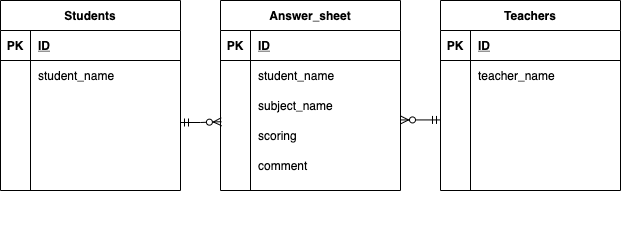
Earlier version of the draw.io export index.drawio.png (ryuuho01/database_test). Source tidied: cells renumbered, new cells last; positions are measured from the earlier drawing's top-left corner, leaving out a move shared by most shapes.
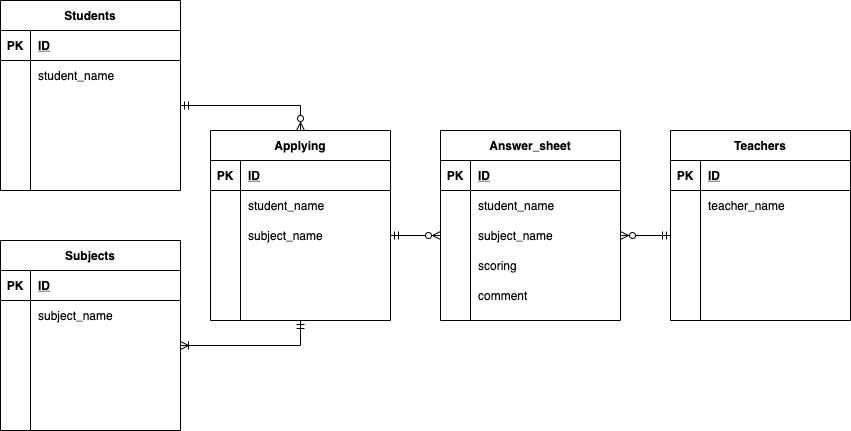
Above is the later version.

Commit message:
演習提出４回目

What changed in the source:
```diff
@@ -2,38 +2,8 @@
   <root>
     <mxCell id="0" />
     <mxCell id="1" parent="0" />
-    <mxCell id="2" value="Students" style="shape=table;startSize=30;rowLines=0;fontStyle=1;align=center;" parent="1" vertex="1">
-      <mxGeometry width="180" height="190" as="geometry" />
-    </mxCell>
-    <mxCell id="3" style="shape=partialRectangle;fillColor=none;top=0;left=0;bottom=1;right=0;" parent="2" vertex="1">
-      <mxGeometry y="30" width="180" height="30" as="geometry" />
-    </mxCell>
-    <mxCell id="4" value="PK" style="shape=partialRectangle;fillColor=none;top=0;left=0;bottom=0;right=0;fontStyle=1;overflow=hidden;" parent="3" vertex="1">
-      <mxGeometry width="30" height="30" as="geometry" />
-    </mxCell>
-    <mxCell id="5" value="ID" style="shape=partialRectangle;fillColor=none;top=0;left=0;bottom=0;right=0;align=left;spacingLeft=6;fontStyle=5;overflow=hidden;" parent="3" vertex="1">
-      <mxGeometry x="30" width="150" height="30" as="geometry" />
-    </mxCell>
-    <mxCell id="6" style="shape=partialRectangle;fillColor=none;top=0;left=0;bottom=0;right=0;" parent="2" vertex="1">
-      <mxGeometry y="60" width="180" height="30" as="geometry" />
-    </mxCell>
-    <mxCell id="7" style="shape=partialRectangle;fillColor=none;top=0;left=0;bottom=0;right=0;overflow=hidden;" parent="6" vertex="1">
-      <mxGeometry width="30" height="30" as="geometry" />
-    </mxCell>
-    <mxCell id="8" style="shape=partialRectangle;fillColor=none;top=0;left=0;bottom=0;right=0;align=left;spacingLeft=6;overflow=hidden;" parent="6" vertex="1">
-      <mxGeometry x="30" width="150" height="30" as="geometry" />
-    </mxCell>
-    <mxCell id="9" style="shape=partialRectangle;fillColor=none;top=0;left=0;bottom=0;right=0;points=[[0,0.5],[1,0.5]];portConstraint=eastwest;" parent="2" vertex="1">
-      <mxGeometry y="90" width="180" height="30" as="geometry" />
-    </mxCell>
-    <mxCell id="10" style="shape=partialRectangle;fillColor=none;top=0;left=0;bottom=0;right=0;overflow=hidden;" parent="9" vertex="1">
-      <mxGeometry width="30" height="30" as="geometry" />
-    </mxCell>
-    <mxCell id="11" style="shape=partialRectangle;fillColor=none;top=0;left=0;bottom=0;right=0;align=left;spacingLeft=6;overflow=hidden;" parent="9" vertex="1">
-      <mxGeometry x="30" width="150" height="30" as="geometry" />
-    </mxCell>
     <mxCell id="12" value="Teachers" style="shape=table;startSize=30;rowLines=0;fontStyle=1;align=center;" parent="1" vertex="1">
-      <mxGeometry x="440" width="180" height="190" as="geometry" />
+      <mxGeometry x="630" y="130" width="180" height="190" as="geometry" />
     </mxCell>
     <mxCell id="13" style="shape=partialRectangle;fillColor=none;top=0;left=0;bottom=1;right=0;" parent="12" vertex="1">
       <mxGeometry y="30" width="180" height="30" as="geometry" />
@@ -71,14 +41,20 @@
     <mxCell id="24" style="shape=partialRectangle;fillColor=none;top=0;left=0;bottom=0;right=0;align=left;spacingLeft=6;overflow=hidden;" parent="22" vertex="1">
       <mxGeometry x="30" width="150" height="20" as="geometry" />
     </mxCell>
-    <mxCell id="25" style="edgeStyle=orthogonalEdgeStyle;rounded=0;orthogonalLoop=1;jettySize=auto;html=1;startArrow=ERzeroToMany;startFill=1;endArrow=ERmandOne;endFill=0;" parent="1" edge="1">
-      <mxGeometry relative="1" as="geometry">
-        <mxPoint x="400" y="119.4" as="sourcePoint" />
-        <mxPoint x="440" y="119.4" as="targetPoint" />
-      </mxGeometry>
-    </mxCell>
+    <mxCell id="43" style="shape=partialRectangle;fillColor=none;top=0;left=0;bottom=0;right=0;direction=south;" parent="1" vertex="1">
+      <mxGeometry x="75" y="45" width="30" height="180" as="geometry" />
+    </mxCell>
+    <mxCell id="44" style="shape=partialRectangle;fillColor=none;top=0;left=0;bottom=0;right=0;overflow=hidden;" parent="43" vertex="1">
+      <mxGeometry width="30" height="30" as="geometry" />
+    </mxCell>
+    <mxCell id="45" style="shape=partialRectangle;fillColor=none;top=0;left=0;bottom=0;right=0;align=left;spacingLeft=6;overflow=hidden;" parent="43" vertex="1">
+      <mxGeometry x="30" width="150" height="30" as="geometry" />
+    </mxCell>
+    <mxCell id="49" style="group;" parent="1" vertex="1">
+      <mxGeometry x="400" y="130" width="180" height="190" as="geometry" />
+    </mxCell>
-    <mxCell id="26" value="Answer_sheet" style="shape=table;startSize=30;rowLines=0;fontStyle=1;align=center;" parent="1" vertex="1">
-      <mxGeometry x="220" width="180" height="190" as="geometry" />
+    <mxCell id="26" value="Answer_sheet" style="shape=table;startSize=30;rowLines=0;fontStyle=1;align=center;" parent="49" vertex="1">
+      <mxGeometry width="180" height="190" as="geometry" />
     </mxCell>
     <mxCell id="27" style="shape=partialRectangle;fillColor=none;top=0;left=0;bottom=1;right=0;" parent="26" vertex="1">
       <mxGeometry y="30" width="180" height="30" as="geometry" />
@@ -98,16 +74,8 @@
     <mxCell id="32" value="student_name" style="shape=partialRectangle;fillColor=none;top=0;left=0;bottom=0;right=0;align=left;spacingLeft=6;overflow=hidden;" parent="30" vertex="1">
       <mxGeometry x="30" width="150" height="30" as="geometry" />
     </mxCell>
-    <mxCell id="33" style="edgeStyle=orthogonalEdgeStyle;rounded=0;jettySize=auto;html=1;startArrow=ERmandOne;startFill=0;endArrow=ERzeroToMany;endFill=1;entryX=0.005;entryY=0.04;entryDx=0;entryDy=0;entryPerimeter=0;" parent="1" edge="1" target="37">
-      <mxGeometry relative="1" as="geometry">
-        <mxPoint x="180" y="122" as="sourcePoint" />
-        <Array as="points">
-          <mxPoint x="200" y="122" />
-        </Array>
-      </mxGeometry>
-    </mxCell>
-    <mxCell id="34" style="shape=partialRectangle;fillColor=none;top=0;left=0;bottom=0;right=0;points=[[0,0.5],[1,0.5]];portConstraint=eastwest;" parent="1" vertex="1">
-      <mxGeometry x="220" y="90" width="180" height="30" as="geometry" />
+    <mxCell id="34" style="shape=partialRectangle;fillColor=none;top=0;left=0;bottom=0;right=0;points=[[0,0.5],[1,0.5]];portConstraint=eastwest;" parent="49" vertex="1">
+      <mxGeometry y="90" width="180" height="30" as="geometry" />
     </mxCell>
     <mxCell id="35" style="shape=partialRectangle;fillColor=none;top=0;left=0;bottom=0;right=0;overflow=hidden;" parent="34" vertex="1">
       <mxGeometry width="30" height="30" as="geometry" />
@@ -115,8 +83,8 @@
     <mxCell id="36" value="subject_name" style="shape=partialRectangle;fillColor=none;top=0;left=0;bottom=0;right=0;align=left;spacingLeft=6;overflow=hidden;" parent="34" vertex="1">
       <mxGeometry x="30" width="150" height="30" as="geometry" />
     </mxCell>
-    <mxCell id="37" style="shape=partialRectangle;fillColor=none;top=0;left=0;bottom=0;right=0;points=[[0,0.5],[1,0.5]];portConstraint=eastwest;" parent="1" vertex="1">
-      <mxGeometry x="220" y="120" width="180" height="30" as="geometry" />
+    <mxCell id="37" style="shape=partialRectangle;fillColor=none;top=0;left=0;bottom=0;right=0;points=[[0,0.5],[1,0.5]];portConstraint=eastwest;" parent="49" vertex="1">
+      <mxGeometry y="120" width="180" height="30" as="geometry" />
     </mxCell>
     <mxCell id="38" style="shape=partialRectangle;fillColor=none;top=0;left=0;bottom=0;right=0;overflow=hidden;" parent="37" vertex="1">
       <mxGeometry width="30" height="30" as="geometry" />
@@ -124,7 +92,103 @@
     <mxCell id="39" value="scoring" style="shape=partialRectangle;fillColor=none;top=0;left=0;bottom=0;right=0;align=left;spacingLeft=6;overflow=hidden;" parent="37" vertex="1">
       <mxGeometry x="30" width="150" height="30" as="geometry" />
     </mxCell>
+    <mxCell id="46" style="shape=partialRectangle;fillColor=none;top=0;left=0;bottom=0;right=0;" parent="49" vertex="1">
+      <mxGeometry y="150" width="180" height="30" as="geometry" />
+    </mxCell>
+    <mxCell id="47" style="shape=partialRectangle;fillColor=none;top=0;left=0;bottom=0;right=0;overflow=hidden;" parent="46" vertex="1">
+      <mxGeometry width="30" height="30" as="geometry" />
+    </mxCell>
+    <mxCell id="48" value="comment" style="shape=partialRectangle;fillColor=none;top=0;left=0;bottom=0;right=0;align=left;spacingLeft=6;overflow=hidden;" parent="46" vertex="1">
+      <mxGeometry x="30" width="150" height="30" as="geometry" />
+    </mxCell>
+    <mxCell id="50" style="edgeStyle=orthogonalEdgeStyle;rounded=0;jettySize=auto;html=1;entryX=0.5;entryY=0;entryDx=0;entryDy=0;endArrow=ERzeroToMany;endFill=1;startArrow=ERmandOne;startFill=0;" parent="1" edge="1" source="9" target="70">
+      <mxGeometry relative="1" as="geometry" />
+    </mxCell>
+    <mxCell id="51" style="edgeStyle=orthogonalEdgeStyle;rounded=0;jettySize=auto;html=1;entryX=0.5;entryY=1;entryDx=0;entryDy=0;endArrow=ERmandOne;endFill=0;startArrow=ERoneToMany;startFill=0;" parent="1" edge="1" source="62" target="70">
+      <mxGeometry relative="1" as="geometry" />
+    </mxCell>
+    <mxCell id="52" style="edgeStyle=orthogonalEdgeStyle;rounded=0;jettySize=auto;html=1;exitX=1;exitY=0.5;exitDx=0;exitDy=0;entryX=0;entryY=0.5;entryDx=0;entryDy=0;startArrow=ERmandOne;startFill=0;endArrow=ERzeroToMany;endFill=1;" parent="1" edge="1" source="77" target="34">
+      <mxGeometry relative="1" as="geometry" />
+    </mxCell>
+    <mxCell id="53" style="edgeStyle=orthogonalEdgeStyle;rounded=0;jettySize=auto;html=1;exitX=1;exitY=0.5;exitDx=0;exitDy=0;entryX=0;entryY=0.5;entryDx=0;entryDy=0;startArrow=ERzeroToMany;startFill=1;endArrow=ERmandOne;endFill=0;" parent="1" edge="1" source="34" target="19">
+      <mxGeometry relative="1" as="geometry" />
+    </mxCell>
+    <mxCell id="54" style="group;" parent="1" vertex="1">
+      <mxGeometry x="-40" y="240" width="180" height="190" as="geometry" />
+    </mxCell>
+    <mxCell id="55" value="Subjects" style="shape=table;startSize=30;rowLines=0;fontStyle=1;align=center;" parent="54" vertex="1">
+      <mxGeometry width="180" height="190" as="geometry" />
+    </mxCell>
+    <mxCell id="56" style="shape=partialRectangle;fillColor=none;top=0;left=0;bottom=1;right=0;" parent="55" vertex="1">
+      <mxGeometry y="30" width="180" height="30" as="geometry" />
+    </mxCell>
+    <mxCell id="57" value="PK" style="shape=partialRectangle;fillColor=none;top=0;left=0;bottom=0;right=0;fontStyle=1;overflow=hidden;" parent="56" vertex="1">
+      <mxGeometry width="30" height="30" as="geometry" />
+    </mxCell>
+    <mxCell id="58" value="ID" style="shape=partialRectangle;fillColor=none;top=0;left=0;bottom=0;right=0;align=left;spacingLeft=6;fontStyle=5;overflow=hidden;" parent="56" vertex="1">
+      <mxGeometry x="30" width="150" height="30" as="geometry" />
+    </mxCell>
+    <mxCell id="59" style="shape=partialRectangle;fillColor=none;top=0;left=0;bottom=0;right=0;" parent="55" vertex="1">
+      <mxGeometry y="60" width="180" height="30" as="geometry" />
+    </mxCell>
+    <mxCell id="60" style="shape=partialRectangle;fillColor=none;top=0;left=0;bottom=0;right=0;overflow=hidden;" parent="59" vertex="1">
+      <mxGeometry width="30" height="30" as="geometry" />
+    </mxCell>
+    <mxCell id="61" style="shape=partialRectangle;fillColor=none;top=0;left=0;bottom=0;right=0;align=left;spacingLeft=6;overflow=hidden;" parent="59" vertex="1">
+      <mxGeometry x="30" width="150" height="30" as="geometry" />
+    </mxCell>
+    <mxCell id="62" style="shape=partialRectangle;fillColor=none;top=0;left=0;bottom=0;right=0;points=[[0,0.5],[1,0.5]];portConstraint=eastwest;" parent="55" vertex="1">
+      <mxGeometry y="90" width="180" height="30" as="geometry" />
+    </mxCell>
+    <mxCell id="63" style="shape=partialRectangle;fillColor=none;top=0;left=0;bottom=0;right=0;overflow=hidden;" parent="62" vertex="1">
+      <mxGeometry width="30" height="30" as="geometry" />
+    </mxCell>
+    <mxCell id="64" style="shape=partialRectangle;fillColor=none;top=0;left=0;bottom=0;right=0;align=left;spacingLeft=6;overflow=hidden;" parent="62" vertex="1">
+      <mxGeometry x="30" width="150" height="30" as="geometry" />
+    </mxCell>
+    <mxCell id="65" style="shape=partialRectangle;fillColor=none;top=0;left=0;bottom=0;right=0;" parent="54" vertex="1">
+      <mxGeometry y="60" width="180" height="30" as="geometry" />
+    </mxCell>
+    <mxCell id="66" style="shape=partialRectangle;fillColor=none;top=0;left=0;bottom=0;right=0;overflow=hidden;" parent="65" vertex="1">
+      <mxGeometry width="30" height="30" as="geometry" />
+    </mxCell>
+    <mxCell id="67" value="subject_name" style="shape=partialRectangle;fillColor=none;top=0;left=0;bottom=0;right=0;align=left;spacingLeft=6;overflow=hidden;" parent="65" vertex="1">
+      <mxGeometry x="30" width="150" height="30" as="geometry" />
+    </mxCell>
+    <mxCell id="68" style="group;" parent="1" vertex="1">
+      <mxGeometry x="-40" width="180" height="190" as="geometry" />
+    </mxCell>
+    <mxCell id="2" value="Students" style="shape=table;startSize=30;rowLines=0;fontStyle=1;align=center;" parent="68" vertex="1">
+      <mxGeometry width="180" height="190" as="geometry" />
+    </mxCell>
+    <mxCell id="3" style="shape=partialRectangle;fillColor=none;top=0;left=0;bottom=1;right=0;" parent="2" vertex="1">
+      <mxGeometry y="30" width="180" height="30" as="geometry" />
+    </mxCell>
+    <mxCell id="4" value="PK" style="shape=partialRectangle;fillColor=none;top=0;left=0;bottom=0;right=0;fontStyle=1;overflow=hidden;" parent="3" vertex="1">
+      <mxGeometry width="30" height="30" as="geometry" />
+    </mxCell>
+    <mxCell id="5" value="ID" style="shape=partialRectangle;fillColor=none;top=0;left=0;bottom=0;right=0;align=left;spacingLeft=6;fontStyle=5;overflow=hidden;" parent="3" vertex="1">
+      <mxGeometry x="30" width="150" height="30" as="geometry" />
+    </mxCell>
+    <mxCell id="6" style="shape=partialRectangle;fillColor=none;top=0;left=0;bottom=0;right=0;" parent="2" vertex="1">
+      <mxGeometry y="60" width="180" height="30" as="geometry" />
+    </mxCell>
+    <mxCell id="7" style="shape=partialRectangle;fillColor=none;top=0;left=0;bottom=0;right=0;overflow=hidden;" parent="6" vertex="1">
+      <mxGeometry width="30" height="30" as="geometry" />
+    </mxCell>
+    <mxCell id="8" style="shape=partialRectangle;fillColor=none;top=0;left=0;bottom=0;right=0;align=left;spacingLeft=6;overflow=hidden;" parent="6" vertex="1">
+      <mxGeometry x="30" width="150" height="30" as="geometry" />
+    </mxCell>
+    <mxCell id="9" style="shape=partialRectangle;fillColor=none;top=0;left=0;bottom=0;right=0;points=[[0,0.5],[1,0.5]];portConstraint=eastwest;" parent="2" vertex="1">
+      <mxGeometry y="90" width="180" height="30" as="geometry" />
+    </mxCell>
+    <mxCell id="10" style="shape=partialRectangle;fillColor=none;top=0;left=0;bottom=0;right=0;overflow=hidden;" parent="9" vertex="1">
+      <mxGeometry width="30" height="30" as="geometry" />
+    </mxCell>
+    <mxCell id="11" style="shape=partialRectangle;fillColor=none;top=0;left=0;bottom=0;right=0;align=left;spacingLeft=6;overflow=hidden;" parent="9" vertex="1">
+      <mxGeometry x="30" width="150" height="30" as="geometry" />
+    </mxCell>
-    <mxCell id="40" style="shape=partialRectangle;fillColor=none;top=0;left=0;bottom=0;right=0;" parent="1" vertex="1">
+    <mxCell id="40" style="shape=partialRectangle;fillColor=none;top=0;left=0;bottom=0;right=0;" parent="68" vertex="1">
       <mxGeometry y="60" width="180" height="30" as="geometry" />
     </mxCell>
     <mxCell id="41" style="shape=partialRectangle;fillColor=none;top=0;left=0;bottom=0;right=0;overflow=hidden;" parent="40" vertex="1">
@@ -133,23 +197,56 @@
     <mxCell id="42" value="student_name" style="shape=partialRectangle;fillColor=none;top=0;left=0;bottom=0;right=0;align=left;spacingLeft=6;overflow=hidden;" parent="40" vertex="1">
       <mxGeometry x="30" width="150" height="30" as="geometry" />
     </mxCell>
-    <mxCell id="43" style="shape=partialRectangle;fillColor=none;top=0;left=0;bottom=0;right=0;direction=south;" parent="1" vertex="1">
-      <mxGeometry x="75" y="45" width="30" height="180" as="geometry" />
-    </mxCell>
-    <mxCell id="44" style="shape=partialRectangle;fillColor=none;top=0;left=0;bottom=0;right=0;overflow=hidden;" parent="43" vertex="1">
-      <mxGeometry width="30" height="30" as="geometry" />
-    </mxCell>
-    <mxCell id="45" style="shape=partialRectangle;fillColor=none;top=0;left=0;bottom=0;right=0;align=left;spacingLeft=6;overflow=hidden;" parent="43" vertex="1">
-      <mxGeometry x="30" width="150" height="30" as="geometry" />
-    </mxCell>
-    <mxCell id="46" style="shape=partialRectangle;fillColor=none;top=0;left=0;bottom=0;right=0;" parent="1" vertex="1">
-      <mxGeometry x="220" y="150" width="180" height="30" as="geometry" />
-    </mxCell>
-    <mxCell id="47" style="shape=partialRectangle;fillColor=none;top=0;left=0;bottom=0;right=0;overflow=hidden;" parent="46" vertex="1">
-      <mxGeometry width="30" height="30" as="geometry" />
-    </mxCell>
-    <mxCell id="48" value="comment" style="shape=partialRectangle;fillColor=none;top=0;left=0;bottom=0;right=0;align=left;spacingLeft=6;overflow=hidden;" parent="46" vertex="1">
-      <mxGeometry x="30" width="150" height="30" as="geometry" />
-    </mxCell>
+    <mxCell id="69" style="group;" parent="1" vertex="1">
+      <mxGeometry x="170" y="130" width="180" height="190" as="geometry" />
+    </mxCell>
+    <mxCell id="70" value="Applying" style="shape=table;startSize=30;rowLines=0;fontStyle=1;align=center;" parent="69" vertex="1">
+      <mxGeometry width="180" height="190" as="geometry" />
+    </mxCell>
+    <mxCell id="71" style="shape=partialRectangle;fillColor=none;top=0;left=0;bottom=1;right=0;" parent="70" vertex="1">
+      <mxGeometry y="30" width="180" height="30" as="geometry" />
+    </mxCell>
+    <mxCell id="72" value="PK" style="shape=partialRectangle;fillColor=none;top=0;left=0;bottom=0;right=0;fontStyle=1;overflow=hidden;" parent="71" vertex="1">
+      <mxGeometry width="30" height="30" as="geometry" />
+    </mxCell>
+    <mxCell id="73" value="ID" style="shape=partialRectangle;fillColor=none;top=0;left=0;bottom=0;right=0;align=left;spacingLeft=6;fontStyle=5;overflow=hidden;" parent="71" vertex="1">
+      <mxGeometry x="30" width="150" height="30" as="geometry" />
+    </mxCell>
+    <mxCell id="74" style="shape=partialRectangle;fillColor=none;top=0;left=0;bottom=0;right=0;" parent="70" vertex="1">
+      <mxGeometry y="60" width="180" height="30" as="geometry" />
+    </mxCell>
+    <mxCell id="75" style="shape=partialRectangle;fillColor=none;top=0;left=0;bottom=0;right=0;overflow=hidden;" parent="74" vertex="1">
+      <mxGeometry width="30" height="30" as="geometry" />
+    </mxCell>
+    <mxCell id="76" style="shape=partialRectangle;fillColor=none;top=0;left=0;bottom=0;right=0;align=left;spacingLeft=6;overflow=hidden;" parent="74" vertex="1">
+      <mxGeometry x="30" width="150" height="30" as="geometry" />
+    </mxCell>
+    <mxCell id="77" style="shape=partialRectangle;fillColor=none;top=0;left=0;bottom=0;right=0;points=[[0,0.5],[1,0.5]];portConstraint=eastwest;" parent="70" vertex="1">
+      <mxGeometry y="90" width="180" height="30" as="geometry" />
+    </mxCell>
+    <mxCell id="78" style="shape=partialRectangle;fillColor=none;top=0;left=0;bottom=0;right=0;overflow=hidden;" parent="77" vertex="1">
+      <mxGeometry width="30" height="30" as="geometry" />
+    </mxCell>
+    <mxCell id="79" style="shape=partialRectangle;fillColor=none;top=0;left=0;bottom=0;right=0;align=left;spacingLeft=6;overflow=hidden;" parent="77" vertex="1">
+      <mxGeometry x="30" width="150" height="30" as="geometry" />
+    </mxCell>
+    <mxCell id="80" style="shape=partialRectangle;fillColor=none;top=0;left=0;bottom=0;right=0;" parent="69" vertex="1">
+      <mxGeometry y="60" width="180" height="30" as="geometry" />
+    </mxCell>
+    <mxCell id="81" style="shape=partialRectangle;fillColor=none;top=0;left=0;bottom=0;right=0;overflow=hidden;" parent="80" vertex="1">
+      <mxGeometry width="30" height="30" as="geometry" />
+    </mxCell>
+    <mxCell id="82" value="student_name" style="shape=partialRectangle;fillColor=none;top=0;left=0;bottom=0;right=0;align=left;spacingLeft=6;overflow=hidden;" parent="80" vertex="1">
+      <mxGeometry x="30" width="150" height="30" as="geometry" />
+    </mxCell>
+    <mxCell id="83" style="shape=partialRectangle;fillColor=none;top=0;left=0;bottom=0;right=0;" parent="69" vertex="1">
+      <mxGeometry y="90" width="180" height="30" as="geometry" />
+    </mxCell>
+    <mxCell id="84" style="shape=partialRectangle;fillColor=none;top=0;left=0;bottom=0;right=0;overflow=hidden;" parent="83" vertex="1">
+      <mxGeometry width="30" height="30" as="geometry" />
+    </mxCell>
+    <mxCell id="85" value="subject_name" style="shape=partialRectangle;fillColor=none;top=0;left=0;bottom=0;right=0;align=left;spacingLeft=6;overflow=hidden;" parent="83" vertex="1">
+      <mxGeometry x="30" width="150" height="30" as="geometry" />
+    </mxCell>
   </root>
 </mxGraphModel>
```
